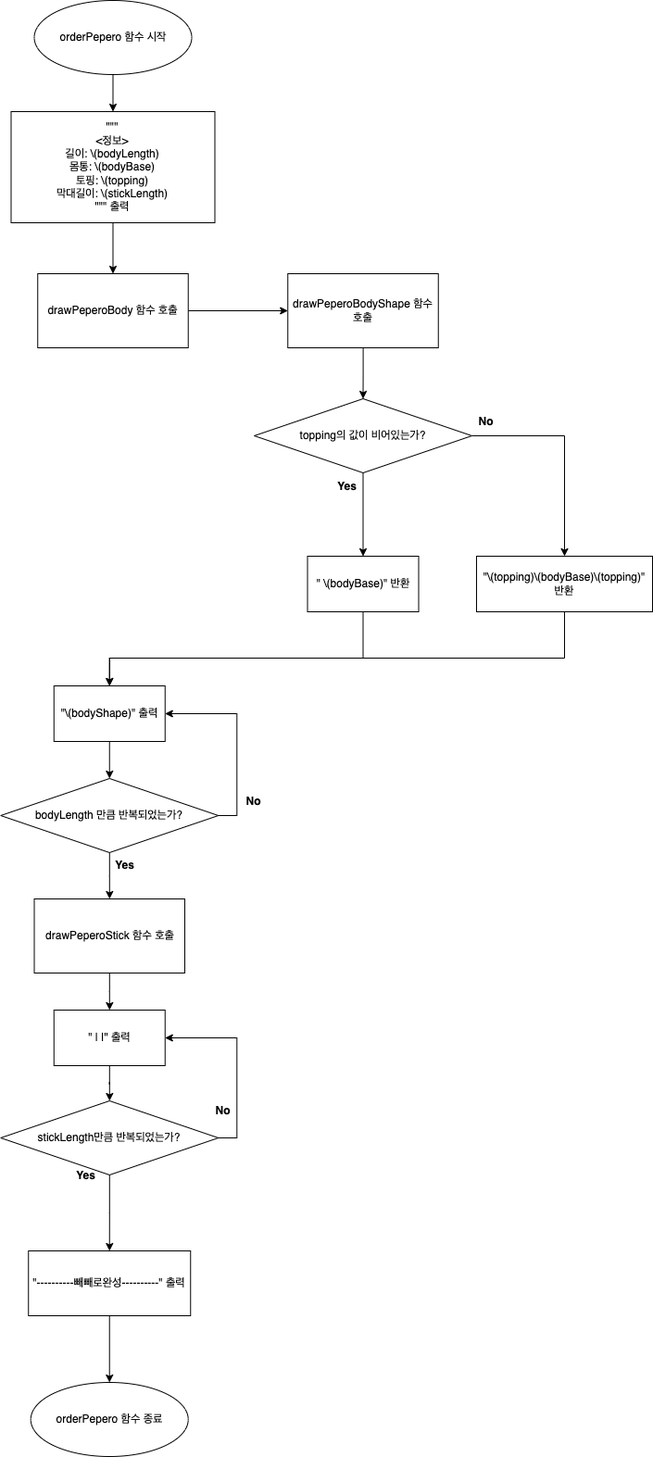
This is CodeStarterCamp_Week1/step3순서도.png from yagom-academy/swift-starter-Round1, a draw.io export, as it was before one commit. Source tidied: cells renumbered, new cells last; positions are measured from the earlier drawing's top-left corner, leaving out a move shared by most shapes.
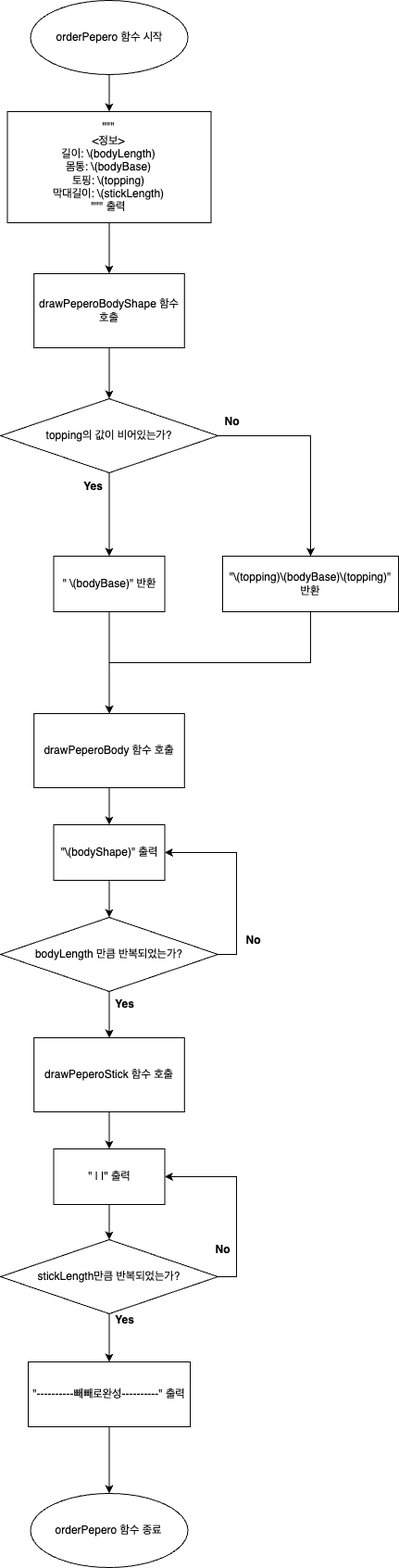
Above is the later version.

Commit message:
step3순서도, step2 코드 수정

Diff of the diagram source:
```diff
@@ -6,7 +6,7 @@
       <mxGeometry relative="1" as="geometry" />
     </mxCell>
     <mxCell id="3" value="&quot; | |&quot; 출력" style="rounded=0;whiteSpace=wrap;html=1;" parent="1" vertex="1">
-      <mxGeometry x="57.8" y="1090" width="120" height="60" as="geometry" />
+      <mxGeometry x="61.5" y="1240" width="120" height="60" as="geometry" />
     </mxCell>
     <mxCell id="4" style="edgeStyle=orthogonalEdgeStyle;rounded=0;jettySize=auto;html=1;exitX=1;exitY=0.5;exitDx=0;exitDy=0;entryX=1;entryY=0.5;entryDx=0;entryDy=0;" parent="1" edge="1" source="6" target="3">
       <mxGeometry relative="1" as="geometry" />
@@ -15,13 +15,13 @@
       <mxGeometry relative="1" as="geometry" />
     </mxCell>
     <mxCell id="6" value="stickLength만큼 반복되었는가?" style="rhombus;whiteSpace=wrap;html=1;rounded=0;" parent="1" vertex="1">
-      <mxGeometry x="0.2" y="1188" width="235" height="80" as="geometry" />
+      <mxGeometry x="4" y="1338" width="235" height="80" as="geometry" />
     </mxCell>
     <mxCell id="7" value="&lt;b&gt;No&lt;/b&gt;" style="text;html=1;align=center;verticalAlign=middle;strokeColor=none;fillColor=none;" parent="1" vertex="1">
-      <mxGeometry x="220" y="1184" width="40" height="30" as="geometry" />
+      <mxGeometry x="223.8" y="1334" width="40" height="30" as="geometry" />
     </mxCell>
     <mxCell id="8" value="&lt;b&gt;Yes&lt;/b&gt;" style="text;html=1;align=center;verticalAlign=middle;strokeColor=none;fillColor=none;" parent="1" vertex="1">
-      <mxGeometry x="71.5" y="1254" width="40" height="30" as="geometry" />
+      <mxGeometry x="117.8" y="1410" width="40" height="30" as="geometry" />
     </mxCell>
     <mxCell id="9" style="edgeStyle=orthogonalEdgeStyle;rounded=0;jettySize=auto;html=1;" parent="1" edge="1" source="11" target="13">
       <mxGeometry relative="1" as="geometry" />
@@ -30,41 +30,31 @@
       <mxGeometry relative="1" as="geometry" />
     </mxCell>
     <mxCell id="11" value="topping의 값이 비어있는가?" style="rhombus;whiteSpace=wrap;html=1;rounded=0;" parent="1" vertex="1">
-      <mxGeometry x="274" y="430" width="235" height="80" as="geometry" />
+      <mxGeometry x="4" y="430" width="235" height="80" as="geometry" />
     </mxCell>
-    <mxCell id="12" style="edgeStyle=orthogonalEdgeStyle;rounded=0;jettySize=auto;html=1;exitX=0.5;exitY=1;exitDx=0;exitDy=0;entryX=0.5;entryY=0;entryDx=0;entryDy=0;" parent="1" edge="1" source="13" target="19">
-      <mxGeometry relative="1" as="geometry">
-        <Array as="points">
-          <mxPoint x="392" y="710" />
-          <mxPoint x="118" y="710" />
-        </Array>
-      </mxGeometry>
-    </mxCell>
+    <mxCell id="38" style="edgeStyle=orthogonalEdgeStyle;rounded=0;jettySize=auto;html=1;" parent="1" edge="1" source="13" target="42">
+      <mxGeometry relative="1" as="geometry" />
+    </mxCell>
     <mxCell id="13" value="&quot; \(bodyBase)&quot; 반환" style="whiteSpace=wrap;html=1;rounded=0;" parent="1" vertex="1">
-      <mxGeometry x="331.5" y="600" width="120" height="60" as="geometry" />
+      <mxGeometry x="61.5" y="600" width="120" height="60" as="geometry" />
     </mxCell>
     <mxCell id="14" value="&lt;b&gt;Yes&lt;/b&gt;" style="text;html=1;align=center;verticalAlign=middle;strokeColor=none;fillColor=none;" parent="1" vertex="1">
-      <mxGeometry x="354" y="510" width="40" height="30" as="geometry" />
+      <mxGeometry x="84" y="510" width="40" height="30" as="geometry" />
     </mxCell>
-    <mxCell id="15" style="edgeStyle=orthogonalEdgeStyle;rounded=0;jettySize=auto;html=1;exitX=0.5;exitY=1;exitDx=0;exitDy=0;entryX=0.5;entryY=0;entryDx=0;entryDy=0;" parent="1" edge="1" source="16" target="19">
-      <mxGeometry relative="1" as="geometry">
-        <Array as="points">
-          <mxPoint x="609" y="710" />
-          <mxPoint x="118" y="710" />
-        </Array>
-      </mxGeometry>
-    </mxCell>
+    <mxCell id="39" style="edgeStyle=orthogonalEdgeStyle;rounded=0;jettySize=auto;html=1;exitX=0.5;exitY=1;exitDx=0;exitDy=0;" parent="1" edge="1" source="16" target="42">
+      <mxGeometry relative="1" as="geometry" />
+    </mxCell>
     <mxCell id="16" value="&quot;\(topping)\(bodyBase)\(topping)&quot; 반환" style="whiteSpace=wrap;html=1;rounded=0;" parent="1" vertex="1">
-      <mxGeometry x="514" y="600" width="190" height="60" as="geometry" />
+      <mxGeometry x="244" y="600" width="190" height="60" as="geometry" />
     </mxCell>
     <mxCell id="17" value="&lt;b&gt;No&lt;/b&gt;" style="text;html=1;align=center;verticalAlign=middle;strokeColor=none;fillColor=none;" parent="1" vertex="1">
-      <mxGeometry x="504" y="440" width="40" height="30" as="geometry" />
+      <mxGeometry x="234" y="440" width="40" height="30" as="geometry" />
     </mxCell>
     <mxCell id="18" style="edgeStyle=orthogonalEdgeStyle;rounded=0;jettySize=auto;html=1;" parent="1" edge="1" source="19" target="22">
       <mxGeometry relative="1" as="geometry" />
     </mxCell>
     <mxCell id="19" value="&quot;\(bodyShape)&quot; 출력" style="rounded=0;whiteSpace=wrap;html=1;" parent="1" vertex="1">
-      <mxGeometry x="57.8" y="740" width="120" height="60" as="geometry" />
+      <mxGeometry x="61.5" y="890" width="120" height="60" as="geometry" />
     </mxCell>
     <mxCell id="20" style="edgeStyle=orthogonalEdgeStyle;rounded=0;jettySize=auto;html=1;exitX=1;exitY=0.5;exitDx=0;exitDy=0;entryX=1;entryY=0.5;entryDx=0;entryDy=0;" parent="1" edge="1" source="22" target="19">
       <mxGeometry relative="1" as="geometry" />
@@ -73,13 +63,13 @@
       <mxGeometry relative="1" as="geometry" />
     </mxCell>
     <mxCell id="22" value="bodyLength 만큼 반복되었는가?" style="rhombus;whiteSpace=wrap;html=1;rounded=0;" parent="1" vertex="1">
-      <mxGeometry x="0.2" y="840" width="235" height="80" as="geometry" />
+      <mxGeometry x="4" y="990" width="235" height="80" as="geometry" />
     </mxCell>
     <mxCell id="23" value="&lt;b&gt;No&lt;/b&gt;" style="text;html=1;align=center;verticalAlign=middle;strokeColor=none;fillColor=none;" parent="1" vertex="1">
-      <mxGeometry x="252.8" y="850" width="40" height="30" as="geometry" />
+      <mxGeometry x="256.5" y="1000" width="40" height="30" as="geometry" />
     </mxCell>
     <mxCell id="24" value="&lt;b&gt;Yes&lt;/b&gt;" style="text;html=1;align=center;verticalAlign=middle;strokeColor=none;fillColor=none;" parent="1" vertex="1">
-      <mxGeometry x="114" y="919" width="40" height="30" as="geometry" />
+      <mxGeometry x="117.8" y="1069" width="40" height="30" as="geometry" />
     </mxCell>
     <mxCell id="25" style="edgeStyle=orthogonalEdgeStyle;rounded=0;jettySize=auto;html=1;entryX=0.5;entryY=0;entryDx=0;entryDy=0;" parent="1" edge="1" source="26" target="28">
       <mxGeometry relative="1" as="geometry" />
@@ -93,32 +83,32 @@
     <mxCell id="28" value="&quot;&quot;&quot;&lt;br&gt;&amp;lt;정보&amp;gt;&lt;br&gt;길이: \(bodyLength)&lt;br&gt;몸통: \(bodyBase)&lt;br&gt;토핑: \(topping)&lt;br&gt;막대길이: \(stickLength)&lt;br&gt;&quot;&quot;&quot; 출력" style="rounded=0;whiteSpace=wrap;html=1;" parent="1" vertex="1">
       <mxGeometry x="11.5" y="120" width="220" height="120" as="geometry" />
     </mxCell>
-    <mxCell id="29" style="edgeStyle=orthogonalEdgeStyle;rounded=0;jettySize=auto;html=1;exitX=1;exitY=0.5;exitDx=0;exitDy=0;entryX=0;entryY=0.5;entryDx=0;entryDy=0;" parent="1" edge="1" source="30" target="34">
-      <mxGeometry relative="1" as="geometry" />
-    </mxCell>
+    <mxCell id="40" style="edgeStyle=orthogonalEdgeStyle;rounded=0;jettySize=auto;html=1;" parent="1" edge="1" source="30" target="11">
+      <mxGeometry relative="1" as="geometry" />
+    </mxCell>
-    <mxCell id="30" value="drawPeperoBody 함수 호출" style="rounded=0;whiteSpace=wrap;html=1;" parent="1" vertex="1">
+    <mxCell id="30" value="drawPeperoBodyShape 함수 호출" style="rounded=0;whiteSpace=wrap;html=1;" parent="1" vertex="1">
       <mxGeometry x="40.2" y="295" width="162.5" height="80" as="geometry" />
     </mxCell>
     <mxCell id="31" style="edgeStyle=orthogonalEdgeStyle;rounded=0;jettySize=auto;html=1;entryX=0.5;entryY=0;entryDx=0;entryDy=0;" parent="1" edge="1" source="32" target="35">
       <mxGeometry relative="1" as="geometry" />
     </mxCell>
     <mxCell id="32" value="&quot;----------빼빼로완성----------&quot; 출력" style="whiteSpace=wrap;html=1;rounded=0;" parent="1" vertex="1">
-      <mxGeometry x="30.2" y="1350" width="175" height="70" as="geometry" />
+      <mxGeometry x="34" y="1470" width="175" height="70" as="geometry" />
     </mxCell>
-    <mxCell id="33" style="edgeStyle=orthogonalEdgeStyle;rounded=0;jettySize=auto;html=1;entryX=0.5;entryY=0;entryDx=0;entryDy=0;" parent="1" edge="1" source="34" target="11">
-      <mxGeometry relative="1" as="geometry" />
-    </mxCell>
-    <mxCell id="34" value="drawPeperoBodyShape 함수 호출" style="rounded=0;whiteSpace=wrap;html=1;" parent="1" vertex="1">
-      <mxGeometry x="310.2" y="295" width="162.5" height="80" as="geometry" />
-    </mxCell>
     <mxCell id="35" value="orderPepero 함수 종료" style="ellipse;whiteSpace=wrap;html=1;" parent="1" vertex="1">
-      <mxGeometry x="32.7" y="1492" width="170" height="80" as="geometry" />
+      <mxGeometry x="36.5" y="1612" width="170" height="80" as="geometry" />
     </mxCell>
     <mxCell id="36" style="edgeStyle=orthogonalEdgeStyle;rounded=0;jettySize=auto;html=1;" parent="1" edge="1" source="37" target="3">
       <mxGeometry relative="1" as="geometry" />
     </mxCell>
     <mxCell id="37" value="drawPeperoStick 함수 호출" style="rounded=0;whiteSpace=wrap;html=1;" parent="1" vertex="1">
-      <mxGeometry x="36.5" y="970" width="162.5" height="80" as="geometry" />
+      <mxGeometry x="40.3" y="1120" width="162.5" height="80" as="geometry" />
     </mxCell>
+    <mxCell id="41" style="edgeStyle=orthogonalEdgeStyle;rounded=0;jettySize=auto;html=1;" parent="1" edge="1" source="42" target="19">
+      <mxGeometry relative="1" as="geometry" />
+    </mxCell>
+    <mxCell id="42" value="drawPeperoBody 함수 호출" style="rounded=0;whiteSpace=wrap;html=1;" parent="1" vertex="1">
+      <mxGeometry x="40.3" y="770" width="162.5" height="80" as="geometry" />
+    </mxCell>
   </root>
 </mxGraphModel>
```
